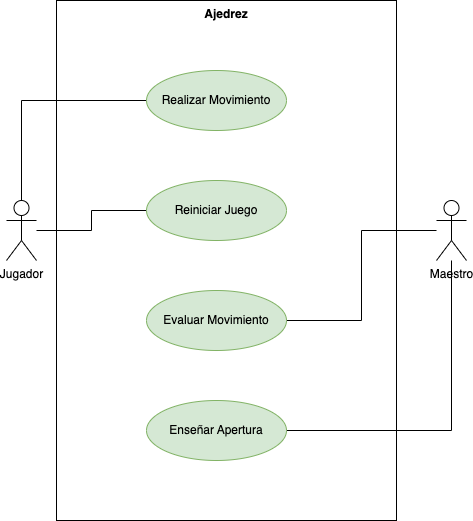
This is diagramas-comportamiento/diagramas-cu/tareas/tarea1/img/ajedrez-basico.drawio.png from jpexposito/ets, a draw.io export, as it was before one commit. Source tidied: cells renumbered, new cells last; positions are measured from the earlier drawing's top-left corner, leaving out a move shared by most shapes.
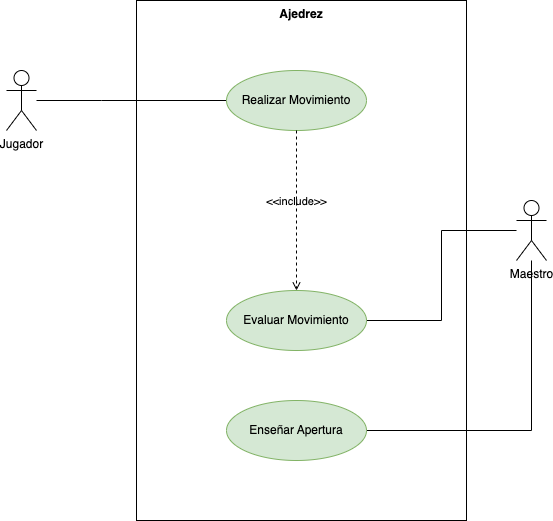
The same file after the commit.

What changed in the source:
```diff
@@ -9,11 +9,8 @@
         </Array>
       </mxGeometry>
     </mxCell>
-    <mxCell id="3" style="edgeStyle=orthogonalEdgeStyle;rounded=0;jettySize=auto;html=1;entryX=0;entryY=0.5;entryDx=0;entryDy=0;endArrow=none;endFill=0;" parent="1" edge="1" source="4" target="8">
-      <mxGeometry relative="1" as="geometry" />
-    </mxCell>
     <mxCell id="4" value="Jugador" style="shape=umlActor;html=1;verticalLabelPosition=bottom;verticalAlign=top;align=center;" parent="1" vertex="1">
-      <mxGeometry y="200" width="30" height="60" as="geometry" />
+      <mxGeometry x="-80" y="70" width="30" height="60" as="geometry" />
     </mxCell>
     <mxCell id="5" style="edgeStyle=orthogonalEdgeStyle;rounded=0;jettySize=auto;html=1;entryX=1;entryY=0.5;entryDx=0;entryDy=0;endArrow=none;endFill=0;" parent="1" edge="1" source="7" target="11">
       <mxGeometry relative="1" as="geometry">
@@ -28,9 +25,6 @@
     <mxCell id="7" value="Maestro" style="shape=umlActor;html=1;verticalLabelPosition=bottom;verticalAlign=top;align=center;" parent="1" vertex="1">
       <mxGeometry x="430" y="200" width="30" height="60" as="geometry" />
     </mxCell>
-    <mxCell id="8" value="Reiniciar Juego" style="ellipse;whiteSpace=wrap;html=1;fillColor=#d5e8d4;strokeColor=#82b366;" parent="1" vertex="1">
-      <mxGeometry x="140" y="180" width="140" height="60" as="geometry" />
-    </mxCell>
     <mxCell id="9" value="Realizar Movimiento" style="ellipse;whiteSpace=wrap;html=1;fillColor=#d5e8d4;strokeColor=#82b366;" parent="1" vertex="1">
       <mxGeometry x="140" y="70" width="140" height="60" as="geometry" />
     </mxCell>
@@ -41,7 +35,10 @@
       <mxGeometry x="140" y="400" width="140" height="60" as="geometry" />
     </mxCell>
     <mxCell id="12" value="Ajedrez" style="shape=rect;html=1;verticalAlign=top;fontStyle=1;whiteSpace=wrap;align=center;fillColor=none;" parent="1" vertex="1">
-      <mxGeometry x="50" width="340" height="520" as="geometry" />
+      <mxGeometry x="50" width="330" height="520" as="geometry" />
     </mxCell>
+    <mxCell id="13" value="&amp;lt;&amp;lt;include&amp;gt;&amp;gt;" style="edgeStyle=none;html=1;endArrow=open;verticalAlign=bottom;dashed=1;labelBackgroundColor=none;rounded=0;exitX=0.5;exitY=1;exitDx=0;exitDy=0;" parent="1" edge="1" source="9" target="10">
+      <mxGeometry relative="1" as="geometry" />
+    </mxCell>
   </root>
 </mxGraphModel>
```
